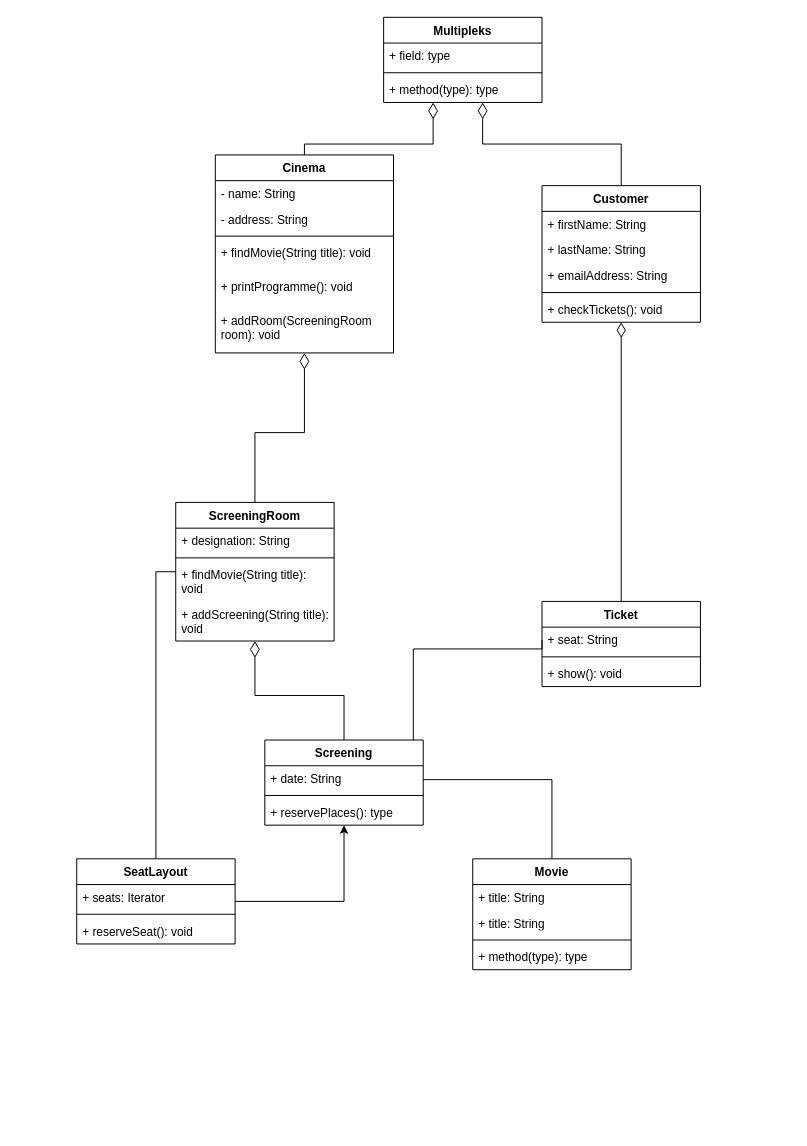
Earlier version of the draw.io diagram Diagram_multipleks.drawio (ElMihalk/mwo-aimo-multipleks). Source tidied: cells renumbered, new cells numbered last; positions are measured from the earlier drawing's top-left corner, leaving out a move shared by most shapes. Both pictures are drawn from the tidied source at 99%, with x=0, y=0 at pixel (76, 17).
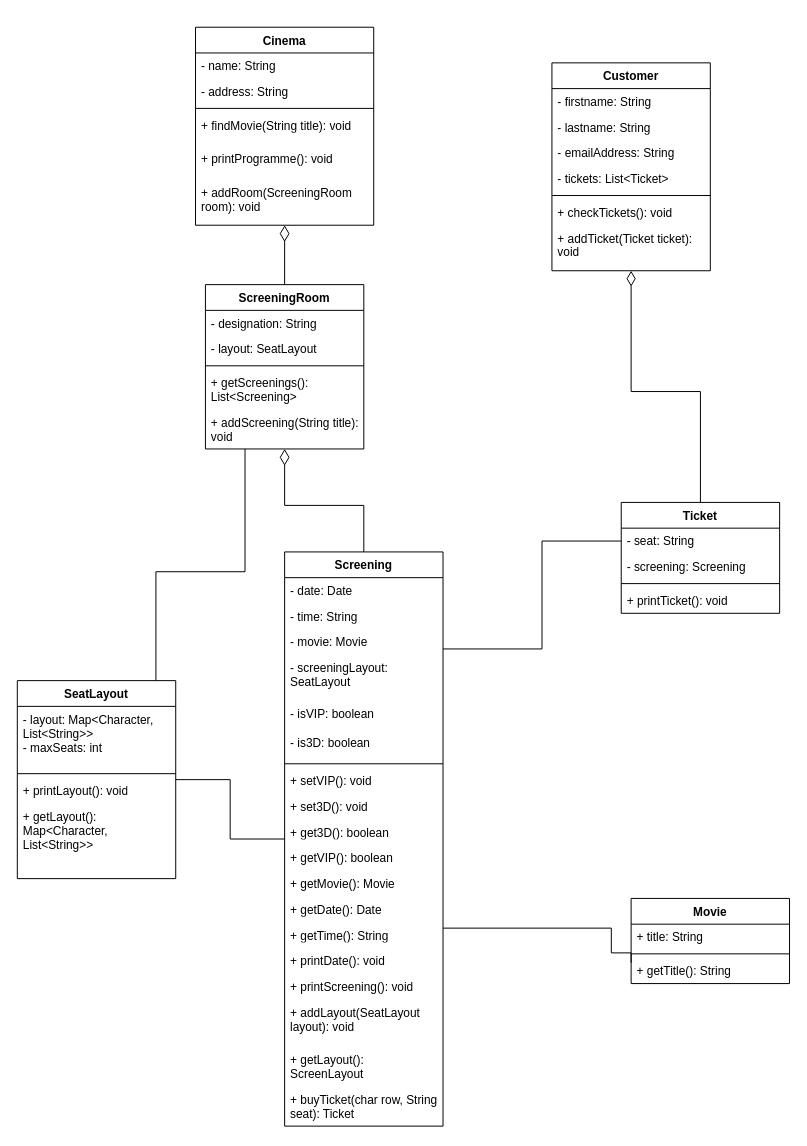
Above is the later version.

Commit message (it also covers changes not shown here):
Final version and class diagram

Diff of the diagram source:
```diff
@@
-    <mxCell id="2" style="edgeStyle=orthogonalEdgeStyle;rounded=0;jettySize=auto;html=1;endArrow=diamondThin;endFill=0;endSize=14;" parent="1" edge="1" source="3" target="46">
-      <mxGeometry relative="1" as="geometry">
-        <Array as="points">
-          <mxPoint x="230" y="128" />
-          <mxPoint x="360" y="128" />
-        </Array>
-      </mxGeometry>
-    </mxCell>
     <mxCell id="3" value="Cinema" style="swimlane;fontStyle=1;align=center;verticalAlign=top;horizontal=1;startSize=26;whiteSpace=wrap;html=1;" parent="1" vertex="1">
-      <mxGeometry x="140" y="139" width="180" height="200" as="geometry" />
+      <mxGeometry x="120" y="10" width="180" height="200" as="geometry" />
     </mxCell>
@@
-    <mxCell id="10" style="edgeStyle=orthogonalEdgeStyle;rounded=0;jettySize=auto;html=1;entryX=0.5;entryY=0;entryDx=0;entryDy=0;endArrow=none;endFill=0;" parent="1" edge="1" source="12" target="16">
+    <mxCell id="10" style="edgeStyle=orthogonalEdgeStyle;rounded=0;jettySize=auto;html=1;entryX=0;entryY=0.5;entryDx=0;entryDy=0;endArrow=none;endFill=0;" parent="1" edge="1" source="12">
       <mxGeometry relative="1" as="geometry">
+        <mxPoint x="560" y="955" as="targetPoint" />
         <Array as="points">
-          <mxPoint x="480" y="770" />
+          <mxPoint x="540" y="920" />
+          <mxPoint x="540" y="945" />
         </Array>
       </mxGeometry>
     </mxCell>
     <mxCell id="11" style="edgeStyle=orthogonalEdgeStyle;rounded=0;jettySize=auto;html=1;entryX=0;entryY=0.5;entryDx=0;entryDy=0;endArrow=none;endFill=0;" parent="1" edge="1" source="12" target="43">
       <mxGeometry relative="1" as="geometry">
         <Array as="points">
-          <mxPoint x="340" y="638" />
           <mxPoint x="470" y="638" />
+          <mxPoint x="470" y="529" />
         </Array>
       </mxGeometry>
     </mxCell>
     <mxCell id="12" value="Screening" style="swimlane;fontStyle=1;align=center;verticalAlign=top;horizontal=1;startSize=26;whiteSpace=wrap;html=1;" parent="1" vertex="1">
-      <mxGeometry x="190" y="730" width="160" height="86" as="geometry" />
+      <mxGeometry x="210" y="540" width="160" height="580" as="geometry" />
     </mxCell>
+    <mxCell id="50" value="- date: Date" style="text;strokeColor=none;fillColor=none;align=left;verticalAlign=top;spacingLeft=4;spacingRight=4;overflow=hidden;whiteSpace=wrap;html=1;" parent="12" vertex="1">
+      <mxGeometry y="26" width="160" height="26" as="geometry" />
+    </mxCell>
-    <mxCell id="13" value="+ date: String" style="text;strokeColor=none;fillColor=none;align=left;verticalAlign=top;spacingLeft=4;spacingRight=4;overflow=hidden;whiteSpace=wrap;html=1;" parent="12" vertex="1">
-      <mxGeometry y="26" width="160" height="26" as="geometry" />
+    <mxCell id="13" value="- time: String" style="text;strokeColor=none;fillColor=none;align=left;verticalAlign=top;spacingLeft=4;spacingRight=4;overflow=hidden;whiteSpace=wrap;html=1;" parent="12" vertex="1">
+      <mxGeometry y="52" width="160" height="26" as="geometry" />
     </mxCell>
+    <mxCell id="51" value="- movie: Movie" style="text;strokeColor=none;fillColor=none;align=left;verticalAlign=top;spacingLeft=4;spacingRight=4;overflow=hidden;whiteSpace=wrap;html=1;" parent="12" vertex="1">
+      <mxGeometry y="78" width="160" height="26" as="geometry" />
+    </mxCell>
+    <mxCell id="52" value="- screeningLayout: SeatLayout" style="text;strokeColor=none;fillColor=none;align=left;verticalAlign=top;spacingLeft=4;spacingRight=4;overflow=hidden;whiteSpace=wrap;html=1;" parent="12" vertex="1">
+      <mxGeometry y="104" width="160" height="46" as="geometry" />
+    </mxCell>
+    <mxCell id="53" value="- isVIP: boolean" style="text;strokeColor=none;fillColor=none;align=left;verticalAlign=top;spacingLeft=4;spacingRight=4;overflow=hidden;whiteSpace=wrap;html=1;" parent="12" vertex="1">
+      <mxGeometry y="150" width="160" height="30" as="geometry" />
+    </mxCell>
+    <mxCell id="54" value="- is3D: boolean" style="text;strokeColor=none;fillColor=none;align=left;verticalAlign=top;spacingLeft=4;spacingRight=4;overflow=hidden;whiteSpace=wrap;html=1;" parent="12" vertex="1">
+      <mxGeometry y="180" width="160" height="30" as="geometry" />
+    </mxCell>
     <mxCell id="14" style="line;strokeWidth=1;fillColor=none;align=left;verticalAlign=middle;spacingTop=-1;spacingLeft=3;spacingRight=3;labelPosition=right;strokeColor=inherit;" parent="12" vertex="1">
-      <mxGeometry y="52" width="160" height="8" as="geometry" />
+      <mxGeometry y="210" width="160" height="8" as="geometry" />
     </mxCell>
-    <mxCell id="15" value="+ reservePlaces(): type" style="text;strokeColor=none;fillColor=none;align=left;verticalAlign=top;spacingLeft=4;spacingRight=4;overflow=hidden;whiteSpace=wrap;html=1;" parent="12" vertex="1">
-      <mxGeometry y="60" width="160" height="26" as="geometry" />
+    <mxCell id="15" value="+ setVIP(): void" style="text;strokeColor=none;fillColor=none;align=left;verticalAlign=top;spacingLeft=4;spacingRight=4;overflow=hidden;whiteSpace=wrap;html=1;" parent="12" vertex="1">
+      <mxGeometry y="218" width="160" height="26" as="geometry" />
     </mxCell>
+    <mxCell id="55" value="+ set3D(): void" style="text;strokeColor=none;fillColor=none;align=left;verticalAlign=top;spacingLeft=4;spacingRight=4;overflow=hidden;whiteSpace=wrap;html=1;" parent="12" vertex="1">
+      <mxGeometry y="244" width="160" height="26" as="geometry" />
+    </mxCell>
+    <mxCell id="56" value="+ get3D(): boolean" style="text;strokeColor=none;fillColor=none;align=left;verticalAlign=top;spacingLeft=4;spacingRight=4;overflow=hidden;whiteSpace=wrap;html=1;" parent="12" vertex="1">
+      <mxGeometry y="270" width="160" height="26" as="geometry" />
+    </mxCell>
+    <mxCell id="57" value="+ getVIP(): boolean" style="text;strokeColor=none;fillColor=none;align=left;verticalAlign=top;spacingLeft=4;spacingRight=4;overflow=hidden;whiteSpace=wrap;html=1;" parent="12" vertex="1">
+      <mxGeometry y="296" width="160" height="26" as="geometry" />
+    </mxCell>
+    <mxCell id="58" value="+ getMovie(): Movie" style="text;strokeColor=none;fillColor=none;align=left;verticalAlign=top;spacingLeft=4;spacingRight=4;overflow=hidden;whiteSpace=wrap;html=1;" parent="12" vertex="1">
+      <mxGeometry y="322" width="160" height="26" as="geometry" />
+    </mxCell>
+    <mxCell id="59" value="+ getDate(): Date" style="text;strokeColor=none;fillColor=none;align=left;verticalAlign=top;spacingLeft=4;spacingRight=4;overflow=hidden;whiteSpace=wrap;html=1;" parent="12" vertex="1">
+      <mxGeometry y="348" width="160" height="26" as="geometry" />
+    </mxCell>
+    <mxCell id="60" value="+ getTime(): String" style="text;strokeColor=none;fillColor=none;align=left;verticalAlign=top;spacingLeft=4;spacingRight=4;overflow=hidden;whiteSpace=wrap;html=1;" parent="12" vertex="1">
+      <mxGeometry y="374" width="160" height="26" as="geometry" />
+    </mxCell>
+    <mxCell id="61" value="+ printDate(): void" style="text;strokeColor=none;fillColor=none;align=left;verticalAlign=top;spacingLeft=4;spacingRight=4;overflow=hidden;whiteSpace=wrap;html=1;" parent="12" vertex="1">
+      <mxGeometry y="400" width="160" height="26" as="geometry" />
+    </mxCell>
+    <mxCell id="62" value="+ printScreening(): void" style="text;strokeColor=none;fillColor=none;align=left;verticalAlign=top;spacingLeft=4;spacingRight=4;overflow=hidden;whiteSpace=wrap;html=1;" parent="12" vertex="1">
+      <mxGeometry y="426" width="160" height="26" as="geometry" />
+    </mxCell>
+    <mxCell id="63" value="+ addLayout(SeatLayout layout): void" style="text;strokeColor=none;fillColor=none;align=left;verticalAlign=top;spacingLeft=4;spacingRight=4;overflow=hidden;whiteSpace=wrap;html=1;" parent="12" vertex="1">
+      <mxGeometry y="452" width="160" height="48" as="geometry" />
+    </mxCell>
+    <mxCell id="64" value="+ getLayout(): ScreenLayout" style="text;strokeColor=none;fillColor=none;align=left;verticalAlign=top;spacingLeft=4;spacingRight=4;overflow=hidden;whiteSpace=wrap;html=1;" parent="12" vertex="1">
+      <mxGeometry y="500" width="160" height="40" as="geometry" />
+    </mxCell>
+    <mxCell id="65" value="+ buyTicket(char row, String seat): Ticket" style="text;strokeColor=none;fillColor=none;align=left;verticalAlign=top;spacingLeft=4;spacingRight=4;overflow=hidden;whiteSpace=wrap;html=1;" parent="12" vertex="1">
+      <mxGeometry y="540" width="160" height="40" as="geometry" />
+    </mxCell>
     <mxCell id="16" value="Movie" style="swimlane;fontStyle=1;align=center;verticalAlign=top;horizontal=1;startSize=26;whiteSpace=wrap;html=1;" parent="1" vertex="1">
-      <mxGeometry x="400" y="850" width="160" height="112" as="geometry" />
+      <mxGeometry x="560" y="890" width="160" height="86" as="geometry" />
     </mxCell>
@@
-    <mxCell id="18" value="+ title: String" style="text;strokeColor=none;fillColor=none;align=left;verticalAlign=top;spacingLeft=4;spacingRight=4;overflow=hidden;whiteSpace=wrap;html=1;" parent="16" vertex="1">
-      <mxGeometry y="52" width="160" height="26" as="geometry" />
-    </mxCell>
     <mxCell id="19" style="line;strokeWidth=1;fillColor=none;align=left;verticalAlign=middle;spacingTop=-1;spacingLeft=3;spacingRight=3;labelPosition=right;strokeColor=inherit;" parent="16" vertex="1">
-      <mxGeometry y="78" width="160" height="8" as="geometry" />
+      <mxGeometry y="52" width="160" height="8" as="geometry" />
     </mxCell>
-    <mxCell id="20" value="+ method(type): type" style="text;strokeColor=none;fillColor=none;align=left;verticalAlign=top;spacingLeft=4;spacingRight=4;overflow=hidden;whiteSpace=wrap;html=1;" parent="16" vertex="1">
-      <mxGeometry y="86" width="160" height="26" as="geometry" />
+    <mxCell id="20" value="+ getTitle(): String" style="text;strokeColor=none;fillColor=none;align=left;verticalAlign=top;spacingLeft=4;spacingRight=4;overflow=hidden;whiteSpace=wrap;html=1;" parent="16" vertex="1">
+      <mxGeometry y="60" width="160" height="26" as="geometry" />
     </mxCell>
     <mxCell id="21" value="ScreeningRoom" style="swimlane;fontStyle=1;align=center;verticalAlign=top;horizontal=1;startSize=26;whiteSpace=wrap;html=1;" parent="1" vertex="1">
-      <mxGeometry x="100" y="490" width="160" height="140" as="geometry" />
+      <mxGeometry x="130" y="270" width="160" height="166" as="geometry" />
     </mxCell>
-    <mxCell id="22" value="+ designation: String" style="text;strokeColor=none;fillColor=none;align=left;verticalAlign=top;spacingLeft=4;spacingRight=4;overflow=hidden;whiteSpace=wrap;html=1;" parent="21" vertex="1">
+    <mxCell id="22" value="- designation: String" style="text;strokeColor=none;fillColor=none;align=left;verticalAlign=top;spacingLeft=4;spacingRight=4;overflow=hidden;whiteSpace=wrap;html=1;" parent="21" vertex="1">
       <mxGeometry y="26" width="160" height="26" as="geometry" />
     </mxCell>
+    <mxCell id="66" value="- layout: SeatLayout" style="text;strokeColor=none;fillColor=none;align=left;verticalAlign=top;spacingLeft=4;spacingRight=4;overflow=hidden;whiteSpace=wrap;html=1;" parent="21" vertex="1">
+      <mxGeometry y="52" width="160" height="26" as="geometry" />
+    </mxCell>
     <mxCell id="23" style="line;strokeWidth=1;fillColor=none;align=left;verticalAlign=middle;spacingTop=-1;spacingLeft=3;spacingRight=3;labelPosition=right;strokeColor=inherit;" parent="21" vertex="1">
-      <mxGeometry y="52" width="160" height="8" as="geometry" />
+      <mxGeometry y="78" width="160" height="8" as="geometry" />
     </mxCell>
-    <mxCell id="24" value="+ findMovie(String title): void" style="text;strokeColor=none;fillColor=none;align=left;verticalAlign=top;spacingLeft=4;spacingRight=4;overflow=hidden;whiteSpace=wrap;html=1;" parent="21" vertex="1">
-      <mxGeometry y="60" width="160" height="40" as="geometry" />
+    <mxCell id="24" value="+ getScreenings(): List&amp;lt;Screening&amp;gt;" style="text;strokeColor=none;fillColor=none;align=left;verticalAlign=top;spacingLeft=4;spacingRight=4;overflow=hidden;whiteSpace=wrap;html=1;" parent="21" vertex="1">
+      <mxGeometry y="86" width="160" height="40" as="geometry" />
     </mxCell>
     <mxCell id="25" value="+ addScreening(String title): void" style="text;strokeColor=none;fillColor=none;align=left;verticalAlign=top;spacingLeft=4;spacingRight=4;overflow=hidden;whiteSpace=wrap;html=1;" parent="21" vertex="1">
-      <mxGeometry y="100" width="160" height="40" as="geometry" />
+      <mxGeometry y="126" width="160" height="40" as="geometry" />
     </mxCell>
@@
     <mxCell id="27" style="edgeStyle=orthogonalEdgeStyle;rounded=0;jettySize=auto;html=1;endArrow=none;endFill=0;" parent="1" edge="1" source="29" target="21">
       <mxGeometry relative="1" as="geometry">
         <Array as="points">
           <mxPoint x="80" y="560" />
+          <mxPoint x="170" y="560" />
         </Array>
       </mxGeometry>
     </mxCell>
-    <mxCell id="28" style="edgeStyle=orthogonalEdgeStyle;rounded=0;jettySize=auto;html=1;" parent="1" edge="1" source="29" target="12">
+    <mxCell id="28" style="edgeStyle=orthogonalEdgeStyle;rounded=0;jettySize=auto;html=1;endArrow=none;endFill=0;" parent="1" edge="1" source="29" target="12">
       <mxGeometry relative="1" as="geometry" />
     </mxCell>
     <mxCell id="29" value="SeatLayout" style="swimlane;fontStyle=1;align=center;verticalAlign=top;horizontal=1;startSize=26;whiteSpace=wrap;html=1;" parent="1" vertex="1">
-      <mxGeometry y="850" width="160" height="86" as="geometry" />
+      <mxGeometry x="-60" y="670" width="160" height="200" as="geometry" />
     </mxCell>
-    <mxCell id="30" value="+ seats: Iterator" style="text;strokeColor=none;fillColor=none;align=left;verticalAlign=top;spacingLeft=4;spacingRight=4;overflow=hidden;whiteSpace=wrap;html=1;" parent="29" vertex="1">
-      <mxGeometry y="26" width="160" height="26" as="geometry" />
+    <mxCell id="30" value="- layout: Map&amp;lt;Character, List&amp;lt;String&amp;gt;&amp;gt;&lt;div&gt;- maxSeats: int&lt;/div&gt;" style="text;strokeColor=none;fillColor=none;align=left;verticalAlign=top;spacingLeft=4;spacingRight=4;overflow=hidden;whiteSpace=wrap;html=1;" parent="29" vertex="1">
+      <mxGeometry y="26" width="160" height="64" as="geometry" />
     </mxCell>
     <mxCell id="31" style="line;strokeWidth=1;fillColor=none;align=left;verticalAlign=middle;spacingTop=-1;spacingLeft=3;spacingRight=3;labelPosition=right;strokeColor=inherit;" parent="29" vertex="1">
-      <mxGeometry y="52" width="160" height="8" as="geometry" />
+      <mxGeometry y="90" width="160" height="8" as="geometry" />
     </mxCell>
-    <mxCell id="32" value="+ reserveSeat(): void" style="text;strokeColor=none;fillColor=none;align=left;verticalAlign=top;spacingLeft=4;spacingRight=4;overflow=hidden;whiteSpace=wrap;html=1;" parent="29" vertex="1">
-      <mxGeometry y="60" width="160" height="26" as="geometry" />
+    <mxCell id="32" value="+ printLayout(): void" style="text;strokeColor=none;fillColor=none;align=left;verticalAlign=top;spacingLeft=4;spacingRight=4;overflow=hidden;whiteSpace=wrap;html=1;" parent="29" vertex="1">
+      <mxGeometry y="98" width="160" height="26" as="geometry" />
     </mxCell>
+    <mxCell id="67" value="+ getLayout(): Map&amp;lt;Character, List&amp;lt;String&amp;gt;&amp;gt;" style="text;strokeColor=none;fillColor=none;align=left;verticalAlign=top;spacingLeft=4;spacingRight=4;overflow=hidden;whiteSpace=wrap;html=1;" parent="29" vertex="1">
+      <mxGeometry y="124" width="160" height="76" as="geometry" />
+    </mxCell>
@@
-    <mxCell id="34" style="edgeStyle=orthogonalEdgeStyle;rounded=0;jettySize=auto;html=1;endSize=14;endArrow=diamondThin;endFill=0;" parent="1" edge="1" source="35" target="46">
-      <mxGeometry relative="1" as="geometry">
-        <Array as="points">
-          <mxPoint x="550" y="128" />
-          <mxPoint x="410" y="128" />
-        </Array>
-      </mxGeometry>
-    </mxCell>
     <mxCell id="35" value="Customer" style="swimlane;fontStyle=1;align=center;verticalAlign=top;horizontal=1;startSize=26;whiteSpace=wrap;html=1;" parent="1" vertex="1">
-      <mxGeometry x="470" y="170" width="160" height="138" as="geometry" />
+      <mxGeometry x="480" y="46" width="160" height="210" as="geometry" />
     </mxCell>
-    <mxCell id="36" value="+ firstName: String" style="text;strokeColor=none;fillColor=none;align=left;verticalAlign=top;spacingLeft=4;spacingRight=4;overflow=hidden;whiteSpace=wrap;html=1;" parent="35" vertex="1">
+    <mxCell id="36" value="- firstname: String" style="text;strokeColor=none;fillColor=none;align=left;verticalAlign=top;spacingLeft=4;spacingRight=4;overflow=hidden;whiteSpace=wrap;html=1;" parent="35" vertex="1">
       <mxGeometry y="26" width="160" height="26" as="geometry" />
     </mxCell>
-    <mxCell id="37" value="+ lastName: String" style="text;strokeColor=none;fillColor=none;align=left;verticalAlign=top;spacingLeft=4;spacingRight=4;overflow=hidden;whiteSpace=wrap;html=1;" parent="35" vertex="1">
+    <mxCell id="37" value="- lastname: String" style="text;strokeColor=none;fillColor=none;align=left;verticalAlign=top;spacingLeft=4;spacingRight=4;overflow=hidden;whiteSpace=wrap;html=1;" parent="35" vertex="1">
       <mxGeometry y="52" width="160" height="26" as="geometry" />
     </mxCell>
-    <mxCell id="38" value="+ emailAddress: String" style="text;strokeColor=none;fillColor=none;align=left;verticalAlign=top;spacingLeft=4;spacingRight=4;overflow=hidden;whiteSpace=wrap;html=1;" parent="35" vertex="1">
+    <mxCell id="38" value="- emailAddress: String" style="text;strokeColor=none;fillColor=none;align=left;verticalAlign=top;spacingLeft=4;spacingRight=4;overflow=hidden;whiteSpace=wrap;html=1;" parent="35" vertex="1">
       <mxGeometry y="78" width="160" height="26" as="geometry" />
     </mxCell>
+    <mxCell id="68" value="- tickets: List&amp;lt;Ticket&amp;gt;" style="text;strokeColor=none;fillColor=none;align=left;verticalAlign=top;spacingLeft=4;spacingRight=4;overflow=hidden;whiteSpace=wrap;html=1;" parent="35" vertex="1">
+      <mxGeometry y="104" width="160" height="26" as="geometry" />
+    </mxCell>
     <mxCell id="39" style="line;strokeWidth=1;fillColor=none;align=left;verticalAlign=middle;spacingTop=-1;spacingLeft=3;spacingRight=3;labelPosition=right;strokeColor=inherit;" parent="35" vertex="1">
-      <mxGeometry y="104" width="160" height="8" as="geometry" />
+      <mxGeometry y="130" width="160" height="8" as="geometry" />
     </mxCell>
     <mxCell id="40" value="+ checkTickets(): void" style="text;strokeColor=none;fillColor=none;align=left;verticalAlign=top;spacingLeft=4;spacingRight=4;overflow=hidden;whiteSpace=wrap;html=1;" parent="35" vertex="1">
-      <mxGeometry y="112" width="160" height="26" as="geometry" />
+      <mxGeometry y="138" width="160" height="26" as="geometry" />
     </mxCell>
+    <mxCell id="69" value="+ addTicket(Ticket ticket): void" style="text;strokeColor=none;fillColor=none;align=left;verticalAlign=top;spacingLeft=4;spacingRight=4;overflow=hidden;whiteSpace=wrap;html=1;" parent="35" vertex="1">
+      <mxGeometry y="164" width="160" height="46" as="geometry" />
+    </mxCell>
@@
     <mxCell id="42" value="Ticket" style="swimlane;fontStyle=1;align=center;verticalAlign=top;horizontal=1;startSize=26;whiteSpace=wrap;html=1;" parent="1" vertex="1">
-      <mxGeometry x="470" y="590" width="160" height="86" as="geometry" />
+      <mxGeometry x="550" y="490" width="160" height="112" as="geometry" />
     </mxCell>
-    <mxCell id="43" value="+ seat: String" style="text;strokeColor=none;fillColor=none;align=left;verticalAlign=top;spacingLeft=4;spacingRight=4;overflow=hidden;points=[[0,0.5],[1,0.5]];portConstraint=eastwest;whiteSpace=wrap;html=1;" parent="42" vertex="1">
+    <mxCell id="43" value="- seat: String" style="text;strokeColor=none;fillColor=none;align=left;verticalAlign=top;spacingLeft=4;spacingRight=4;overflow=hidden;points=[[0,0.5],[1,0.5]];portConstraint=eastwest;whiteSpace=wrap;html=1;" parent="42" vertex="1">
       <mxGeometry y="26" width="160" height="26" as="geometry" />
     </mxCell>
+    <mxCell id="70" value="- screening: Screening" style="text;strokeColor=none;fillColor=none;align=left;verticalAlign=top;spacingLeft=4;spacingRight=4;overflow=hidden;whiteSpace=wrap;html=1;" parent="42" vertex="1">
+      <mxGeometry y="52" width="160" height="26" as="geometry" />
+    </mxCell>
     <mxCell id="44" style="line;strokeWidth=1;fillColor=none;align=left;verticalAlign=middle;spacingTop=-1;spacingLeft=3;spacingRight=3;labelPosition=right;strokeColor=inherit;" parent="42" vertex="1">
-      <mxGeometry y="52" width="160" height="8" as="geometry" />
+      <mxGeometry y="78" width="160" height="8" as="geometry" />
     </mxCell>
-    <mxCell id="45" value="+ show(): void" style="text;strokeColor=none;fillColor=none;align=left;verticalAlign=top;spacingLeft=4;spacingRight=4;overflow=hidden;whiteSpace=wrap;html=1;" parent="42" vertex="1">
-      <mxGeometry y="60" width="160" height="26" as="geometry" />
+    <mxCell id="45" value="+ printTicket(): void" style="text;strokeColor=none;fillColor=none;align=left;verticalAlign=top;spacingLeft=4;spacingRight=4;overflow=hidden;whiteSpace=wrap;html=1;" parent="42" vertex="1">
+      <mxGeometry y="86" width="160" height="26" as="geometry" />
     </mxCell>
-    <mxCell id="46" value="Multipleks" style="swimlane;fontStyle=1;align=center;verticalAlign=top;horizontal=1;startSize=26;whiteSpace=wrap;html=1;" parent="1" vertex="1">
-      <mxGeometry x="310" width="160" height="86" as="geometry" />
-    </mxCell>
-    <mxCell id="47" value="+ field: type" style="text;strokeColor=none;fillColor=none;align=left;verticalAlign=top;spacingLeft=4;spacingRight=4;overflow=hidden;whiteSpace=wrap;html=1;" parent="46" vertex="1">
-      <mxGeometry y="26" width="160" height="26" as="geometry" />
-    </mxCell>
-    <mxCell id="48" style="line;strokeWidth=1;fillColor=none;align=left;verticalAlign=middle;spacingTop=-1;spacingLeft=3;spacingRight=3;labelPosition=right;strokeColor=inherit;" parent="46" vertex="1">
-      <mxGeometry y="52" width="160" height="8" as="geometry" />
-    </mxCell>
-    <mxCell id="49" value="+ method(type): type" style="text;strokeColor=none;fillColor=none;align=left;verticalAlign=top;spacingLeft=4;spacingRight=4;overflow=hidden;whiteSpace=wrap;html=1;" parent="46" vertex="1">
-      <mxGeometry y="60" width="160" height="26" as="geometry" />
-    </mxCell>
```
